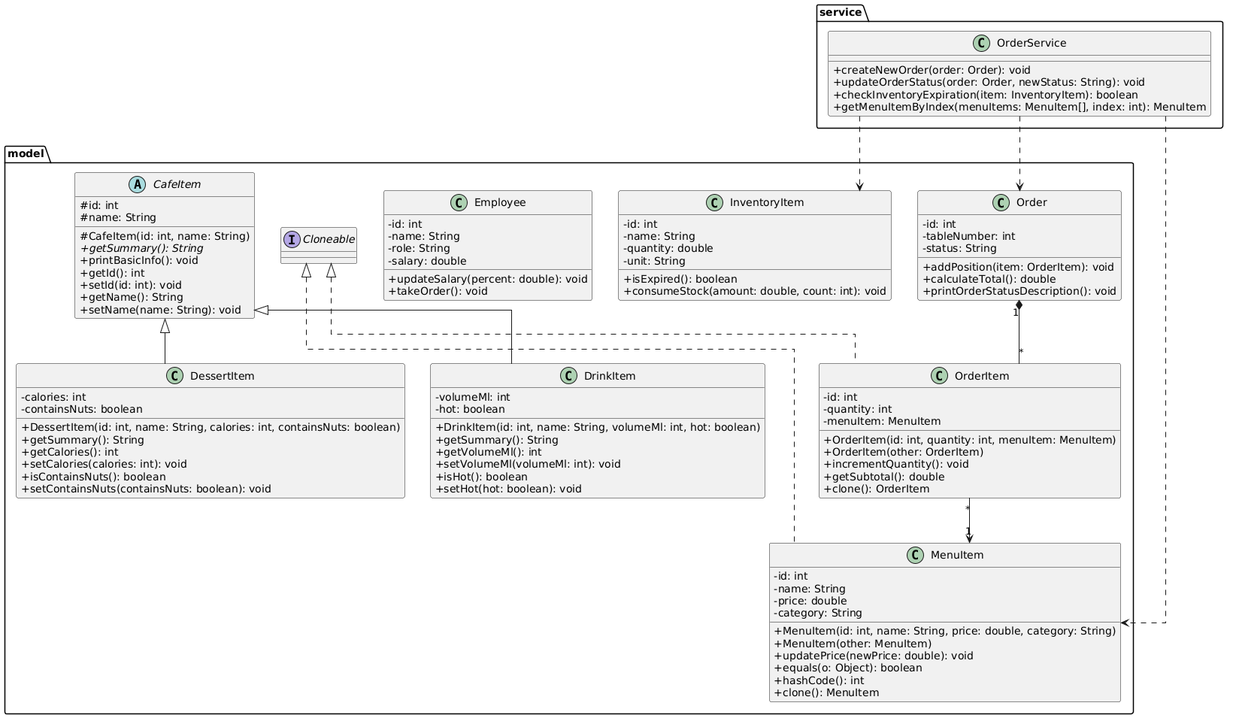
NCJavaCode/Java26_Sukhova keeps this PlantUML diagram as doc/class_diagram.png. Above is the earlier version.
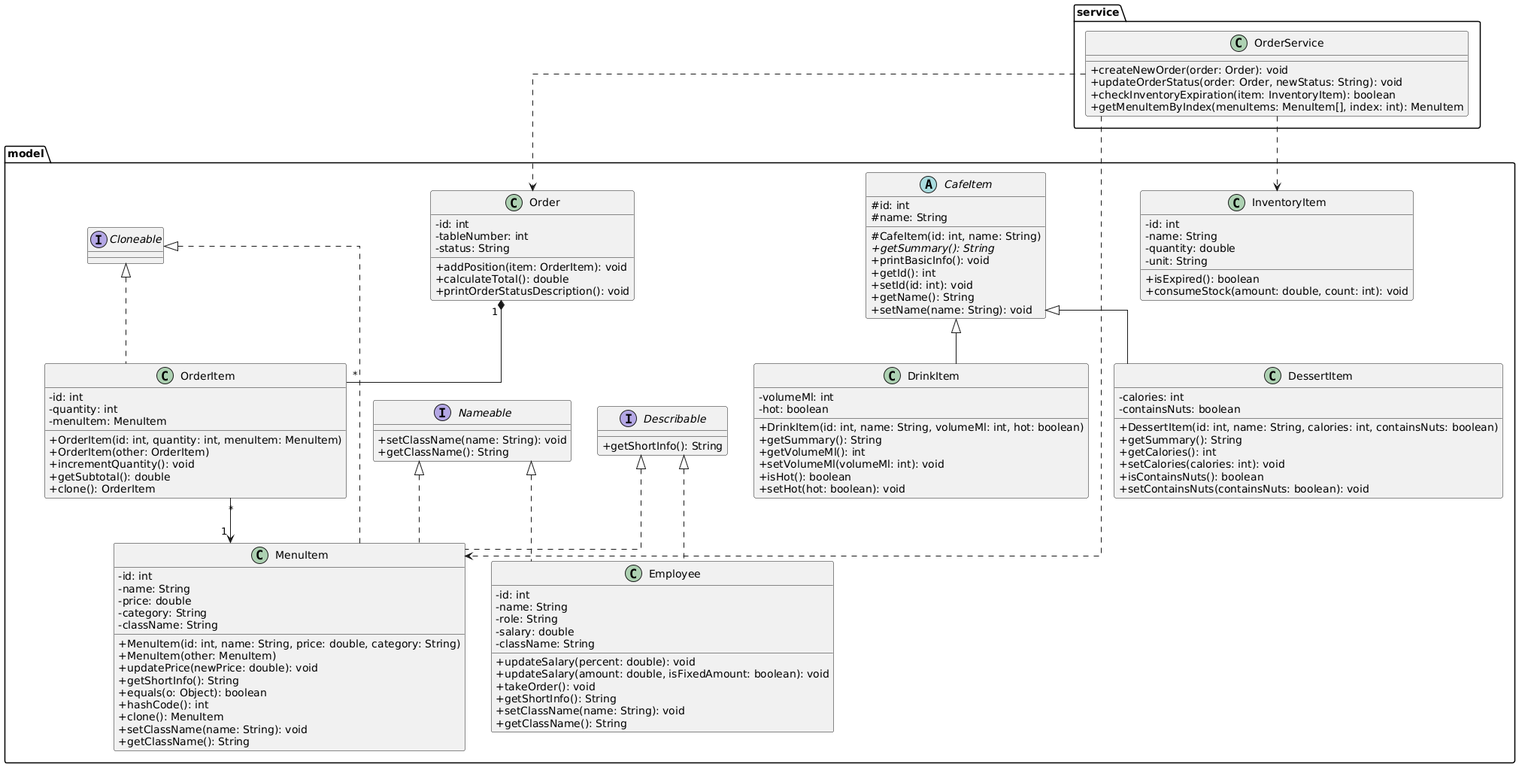
Above is the later version.

Commit message:
Реалізувала інтерфейси Nameable та Describable. Оновила UML-діаграму та README.md.

The edit, as a diff of the source:
```diff
@@ -14,6 +14,13 @@
 
 package "model" {
   interface Cloneable
+  interface Nameable {
+    +setClassName(name: String): void
+    +getClassName(): String
+  }
+  interface Describable {
+    +getShortInfo(): String
+  }
 
   abstract class CafeItem {
     #id: int
@@ -54,8 +61,13 @@
     -name: String
     -role: String
     -salary: double
+    -className: String
     +updateSalary(percent: double): void
+    +updateSalary(amount: double, isFixedAmount: boolean): void
     +takeOrder(): void
+    +getShortInfo(): String
+    +setClassName(name: String): void
+    +getClassName(): String
   }
 
   class Order {
@@ -92,19 +104,28 @@
     -name: String
     -price: double
     -category: String
+    -className: String
     +MenuItem(id: int, name: String, price: double, category: String)
     +MenuItem(other: MenuItem)
     +updatePrice(newPrice: double): void
+    +getShortInfo(): String
     +equals(o: Object): boolean
     +hashCode(): int
     +clone(): MenuItem
+    +setClassName(name: String): void
+    +getClassName(): String
   }
 }
 
 CafeItem <|-- DrinkItem
 CafeItem <|-- DessertItem
+
 Cloneable <|.. OrderItem
 Cloneable <|.. MenuItem
+Nameable <|.. Employee
+Nameable <|.. MenuItem
+Describable <|.. Employee
+Describable <|.. MenuItem
 
 OrderService ..> Order
 OrderService ..> InventoryItem
```
